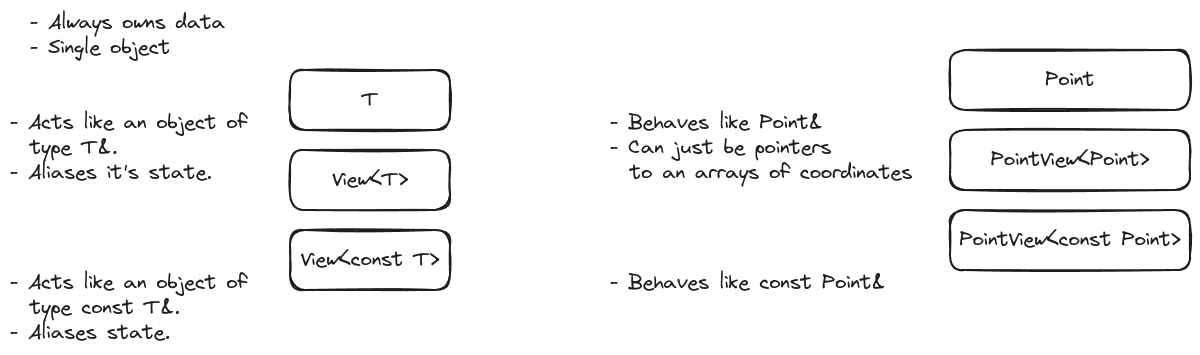
The Excalidraw diagram docs/source/developer/view_overview.png in NWChemEx/Chemist, before a commit. Source tidied: one line per element, renumbered; positions are measured from the earlier drawing's top-left corner, leaving out a move shared by most shapes. The source it was exported from:
```json
{"id": 0, "type": "rectangle", "strokeColor": "#1e1e1e", "strokeWidth": 2, "roughness": 1, "round": true, "x": 280, "y": 60, "width": 160, "height": 60}
{"id": 1, "type": "text", "text": "T", "strokeColor": "#1e1e1e", "strokeWidth": 2, "roughness": 1, "fontSize": 20, "fontFamily": 1, "textAlign": "center", "verticalAlign": "middle", "inside": 0, "x": 352, "y": 78, "width": 16, "height": 25}
{"id": 2, "type": "rectangle", "strokeColor": "#1e1e1e", "strokeWidth": 2, "roughness": 1, "round": true, "x": 280, "y": 140, "width": 160, "height": 60}
{"id": 3, "type": "text", "text": "View<T>", "strokeColor": "#1e1e1e", "strokeWidth": 2, "roughness": 1, "fontSize": 20, "fontFamily": 1, "textAlign": "center", "verticalAlign": "middle", "inside": 2, "x": 322, "y": 158, "width": 76, "height": 25}
{"id": 4, "type": "rectangle", "strokeColor": "#1e1e1e", "strokeWidth": 2, "roughness": 1, "round": true, "x": 280, "y": 220, "width": 160, "height": 60}
{"id": 5, "type": "text", "text": "View<const T>", "strokeColor": "#1e1e1e", "strokeWidth": 2, "roughness": 1, "fontSize": 20, "fontFamily": 1, "textAlign": "center", "verticalAlign": "middle", "inside": 4, "x": 291, "y": 238, "width": 138, "height": 25}
{"id": 6, "type": "text", "text": "- Always owns data\n- Single object", "strokeColor": "#1e1e1e", "strokeWidth": 2, "roughness": 1, "fontSize": 20, "fontFamily": 1, "x": 20, "y": 0, "width": 195, "height": 50}
{"id": 7, "type": "rectangle", "strokeColor": "#1e1e1e", "strokeWidth": 2, "roughness": 1, "round": true, "x": 940, "y": 40, "width": 240, "height": 60}
{"id": 8, "type": "text", "text": "Point", "strokeColor": "#1e1e1e", "strokeWidth": 2, "roughness": 1, "fontSize": 20, "fontFamily": 1, "textAlign": "center", "verticalAlign": "middle", "inside": 7, "x": 1035, "y": 58, "width": 49, "height": 25}
{"id": 9, "type": "rectangle", "strokeColor": "#1e1e1e", "strokeWidth": 2, "roughness": 1, "round": true, "x": 940, "y": 120, "width": 240, "height": 60}
{"id": 10, "type": "text", "text": "PointView<Point>", "strokeColor": "#1e1e1e", "strokeWidth": 2, "roughness": 1, "fontSize": 20, "fontFamily": 1, "textAlign": "center", "verticalAlign": "middle", "inside": 9, "x": 981, "y": 138, "width": 158, "height": 25}
{"id": 11, "type": "rectangle", "strokeColor": "#1e1e1e", "strokeWidth": 2, "roughness": 1, "round": true, "x": 940, "y": 200, "width": 240, "height": 60}
{"id": 12, "type": "text", "text": "PointView<const Point>", "strokeColor": "#1e1e1e", "strokeWidth": 2, "roughness": 1, "fontSize": 20, "fontFamily": 1, "textAlign": "center", "verticalAlign": "middle", "inside": 11, "x": 950, "y": 218, "width": 221, "height": 25}
{"id": 13, "type": "text", "text": "- Acts like an object of\n  type T&.\n- Aliases it's state.\n", "strokeColor": "#1e1e1e", "strokeWidth": 2, "roughness": 1, "fontSize": 20, "fontFamily": 1, "x": 0, "y": 100, "width": 237, "height": 100}
{"id": 14, "type": "text", "text": "- Acts like an object of\n  type const T&.\n- Aliases state.", "strokeColor": "#1e1e1e", "strokeWidth": 2, "roughness": 1, "fontSize": 20, "fontFamily": 1, "x": 0, "y": 260, "width": 237, "height": 75}
{"id": 15, "type": "text", "text": "- Behaves like Point&\n- Can just be pointers\n  to an arrays of coordinates", "strokeColor": "#1e1e1e", "strokeWidth": 2, "roughness": 1, "fontSize": 20, "fontFamily": 1, "x": 600, "y": 100, "width": 302, "height": 75}
{"id": 16, "type": "text", "text": "- Behaves like const Point&", "strokeColor": "#1e1e1e", "strokeWidth": 2, "roughness": 1, "fontSize": 20, "fontFamily": 1, "x": 600, "y": 260, "width": 276, "height": 25}
```
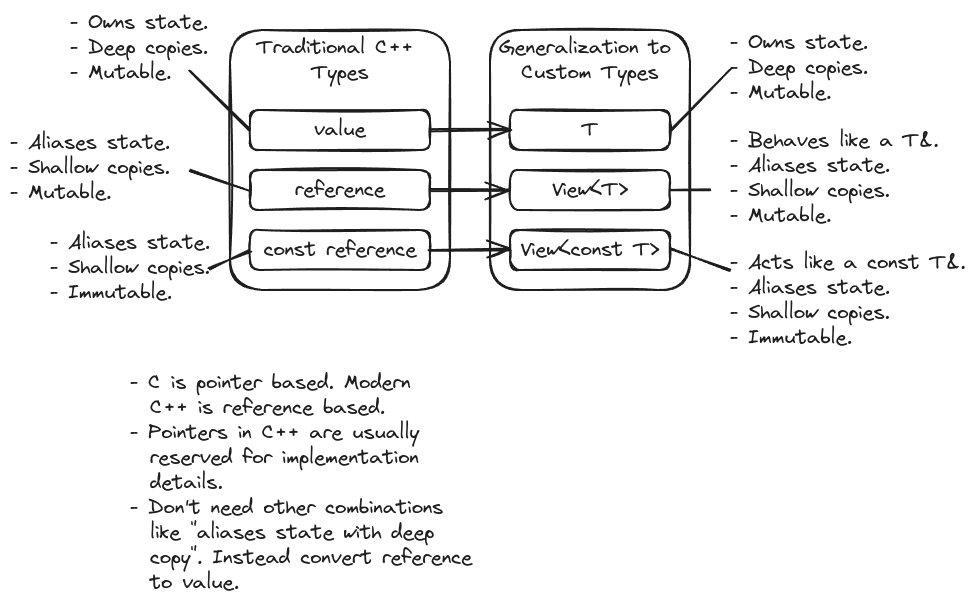
After the change.

The edit, as a diff of the source:
```diff
@@ -1,17 +1,32 @@
+{"id": 17, "type": "rectangle", "strokeColor": "#1e1e1e", "strokeWidth": 2, "roughness": 1, "round": true, "x": 520, "y": 440, "width": 200, "height": 260}
+{"id": 18, "type": "text", "text": "Generalization to \nCustom Types", "strokeColor": "#1e1e1e", "strokeWidth": 2, "roughness": 1, "fontSize": 20, "fontFamily": 1, "textAlign": "center", "inside": 17, "x": 529, "y": 445, "width": 182, "height": 50}
-{"id": 0, "type": "rectangle", "strokeColor": "#1e1e1e", "strokeWidth": 2, "roughness": 1, "round": true, "x": 280, "y": 60, "width": 160, "height": 60}
+{"id": 0, "type": "rectangle", "strokeColor": "#1e1e1e", "strokeWidth": 2, "roughness": 1, "round": true, "x": 540, "y": 520, "width": 160, "height": 40}
-{"id": 1, "type": "text", "text": "T", "strokeColor": "#1e1e1e", "strokeWidth": 2, "roughness": 1, "fontSize": 20, "fontFamily": 1, "textAlign": "center", "verticalAlign": "middle", "inside": 0, "x": 352, "y": 78, "width": 16, "height": 25}
+{"id": 1, "type": "text", "text": "T", "strokeColor": "#1e1e1e", "strokeWidth": 2, "roughness": 1, "fontSize": 20, "fontFamily": 1, "textAlign": "center", "verticalAlign": "middle", "inside": 0, "x": 612, "y": 528, "width": 16, "height": 25}
-{"id": 2, "type": "rectangle", "strokeColor": "#1e1e1e", "strokeWidth": 2, "roughness": 1, "round": true, "x": 280, "y": 140, "width": 160, "height": 60}
+{"id": 2, "type": "rectangle", "strokeColor": "#1e1e1e", "strokeWidth": 2, "roughness": 1, "round": true, "x": 540, "y": 580, "width": 160, "height": 40}
-{"id": 3, "type": "text", "text": "View<T>", "strokeColor": "#1e1e1e", "strokeWidth": 2, "roughness": 1, "fontSize": 20, "fontFamily": 1, "textAlign": "center", "verticalAlign": "middle", "inside": 2, "x": 322, "y": 158, "width": 76, "height": 25}
+{"id": 3, "type": "text", "text": "View<T>", "strokeColor": "#1e1e1e", "strokeWidth": 2, "roughness": 1, "fontSize": 20, "fontFamily": 1, "textAlign": "center", "verticalAlign": "middle", "inside": 2, "x": 582, "y": 588, "width": 76, "height": 25}
-{"id": 4, "type": "rectangle", "strokeColor": "#1e1e1e", "strokeWidth": 2, "roughness": 1, "round": true, "x": 280, "y": 220, "width": 160, "height": 60}
+{"id": 4, "type": "rectangle", "strokeColor": "#1e1e1e", "strokeWidth": 2, "roughness": 1, "round": true, "x": 540, "y": 640, "width": 160, "height": 40}
-{"id": 5, "type": "text", "text": "View<const T>", "strokeColor": "#1e1e1e", "strokeWidth": 2, "roughness": 1, "fontSize": 20, "fontFamily": 1, "textAlign": "center", "verticalAlign": "middle", "inside": 4, "x": 291, "y": 238, "width": 138, "height": 25}
+{"id": 5, "type": "text", "text": "View<const T>", "strokeColor": "#1e1e1e", "strokeWidth": 2, "roughness": 1, "fontSize": 20, "fontFamily": 1, "textAlign": "center", "verticalAlign": "middle", "inside": 4, "x": 551, "y": 648, "width": 138, "height": 25}
-{"id": 6, "type": "text", "text": "- Always owns data\n- Single object", "strokeColor": "#1e1e1e", "strokeWidth": 2, "roughness": 1, "fontSize": 20, "fontFamily": 1, "x": 20, "y": 0, "width": 195, "height": 50}
+{"id": 6, "type": "text", "text": "- Owns state.\n- Deep copies.\n- Mutable.", "strokeColor": "#1e1e1e", "strokeWidth": 2, "roughness": 1, "fontSize": 20, "fontFamily": 1, "x": 760, "y": 440, "width": 138, "height": 75}
-{"id": 7, "type": "rectangle", "strokeColor": "#1e1e1e", "strokeWidth": 2, "roughness": 1, "round": true, "x": 940, "y": 40, "width": 240, "height": 60}
-{"id": 8, "type": "text", "text": "Point", "strokeColor": "#1e1e1e", "strokeWidth": 2, "roughness": 1, "fontSize": 20, "fontFamily": 1, "textAlign": "center", "verticalAlign": "middle", "inside": 7, "x": 1035, "y": 58, "width": 49, "height": 25}
-{"id": 9, "type": "rectangle", "strokeColor": "#1e1e1e", "strokeWidth": 2, "roughness": 1, "round": true, "x": 940, "y": 120, "width": 240, "height": 60}
-{"id": 10, "type": "text", "text": "PointView<Point>", "strokeColor": "#1e1e1e", "strokeWidth": 2, "roughness": 1, "fontSize": 20, "fontFamily": 1, "textAlign": "center", "verticalAlign": "middle", "inside": 9, "x": 981, "y": 138, "width": 158, "height": 25}
-{"id": 11, "type": "rectangle", "strokeColor": "#1e1e1e", "strokeWidth": 2, "roughness": 1, "round": true, "x": 940, "y": 200, "width": 240, "height": 60}
-{"id": 12, "type": "text", "text": "PointView<const Point>", "strokeColor": "#1e1e1e", "strokeWidth": 2, "roughness": 1, "fontSize": 20, "fontFamily": 1, "textAlign": "center", "verticalAlign": "middle", "inside": 11, "x": 950, "y": 218, "width": 221, "height": 25}
-{"id": 13, "type": "text", "text": "- Acts like an object of\n  type T&.\n- Aliases it's state.\n", "strokeColor": "#1e1e1e", "strokeWidth": 2, "roughness": 1, "fontSize": 20, "fontFamily": 1, "x": 0, "y": 100, "width": 237, "height": 100}
-{"id": 14, "type": "text", "text": "- Acts like an object of\n  type const T&.\n- Aliases state.", "strokeColor": "#1e1e1e", "strokeWidth": 2, "roughness": 1, "fontSize": 20, "fontFamily": 1, "x": 0, "y": 260, "width": 237, "height": 75}
+{"id": 14, "type": "text", "text": "- Acts like a const T&.\n- Aliases state.\n- Shallow copies.\n- Immutable.", "strokeColor": "#1e1e1e", "strokeWidth": 2, "roughness": 1, "fontSize": 20, "fontFamily": 1, "x": 760, "y": 660, "width": 236, "height": 100}
-{"id": 15, "type": "text", "text": "- Behaves like Point&\n- Can just be pointers\n  to an arrays of coordinates", "strokeColor": "#1e1e1e", "strokeWidth": 2, "roughness": 1, "fontSize": 20, "fontFamily": 1, "x": 600, "y": 100, "width": 302, "height": 75}
-{"id": 16, "type": "text", "text": "- Behaves like const Point&", "strokeColor": "#1e1e1e", "strokeWidth": 2, "roughness": 1, "fontSize": 20, "fontFamily": 1, "x": 600, "y": 260, "width": 276, "height": 25}
+{"id": 19, "type": "rectangle", "strokeColor": "#1e1e1e", "strokeWidth": 2, "roughness": 1, "round": true, "x": 280, "y": 520, "width": 180, "height": 40}
+{"id": 20, "type": "text", "text": "value", "strokeColor": "#1e1e1e", "strokeWidth": 2, "roughness": 1, "fontSize": 20, "fontFamily": 1, "textAlign": "center", "verticalAlign": "middle", "inside": 19, "x": 344, "y": 528, "width": 51, "height": 25}
+{"id": 21, "type": "rectangle", "strokeColor": "#1e1e1e", "strokeWidth": 2, "roughness": 1, "round": true, "x": 280, "y": 580, "width": 180, "height": 40}
+{"id": 22, "type": "text", "text": "reference", "strokeColor": "#1e1e1e", "strokeWidth": 2, "roughness": 1, "fontSize": 20, "fontFamily": 1, "textAlign": "center", "verticalAlign": "middle", "inside": 21, "x": 325, "y": 588, "width": 90, "height": 25}
+{"id": 23, "type": "rectangle", "strokeColor": "#1e1e1e", "strokeWidth": 2, "roughness": 1, "round": true, "x": 280, "y": 640, "width": 180, "height": 40}
+{"id": 24, "type": "text", "text": "const reference", "strokeColor": "#1e1e1e", "strokeWidth": 2, "roughness": 1, "fontSize": 20, "fontFamily": 1, "textAlign": "center", "verticalAlign": "middle", "inside": 23, "x": 294, "y": 648, "width": 153, "height": 25}
+{"id": 25, "type": "text", "text": "- Owns state.\n- Deep copies.\n- Mutable.", "strokeColor": "#1e1e1e", "strokeWidth": 2, "roughness": 1, "fontSize": 20, "fontFamily": 1, "x": 100, "y": 420, "width": 138, "height": 75}
+{"id": 26, "type": "text", "text": "- Aliases state.\n- Shallow copies.\n- Mutable.", "strokeColor": "#1e1e1e", "strokeWidth": 2, "roughness": 1, "fontSize": 20, "fontFamily": 1, "x": 40, "y": 540, "width": 160, "height": 75}
+{"id": 27, "type": "text", "text": "- Aliases state.\n- Shallow copies.\n- Immutable.", "strokeColor": "#1e1e1e", "strokeWidth": 2, "roughness": 1, "fontSize": 20, "fontFamily": 1, "x": 80, "y": 640, "width": 160, "height": 75}
+{"id": 28, "type": "line", "strokeColor": "#1e1e1e", "strokeWidth": 2, "roughness": 1, "round": true, "x": 220, "y": 480, "width": 60, "height": 60, "points": [[0, 0], [60, 60]]}
+{"id": 29, "type": "line", "strokeColor": "#1e1e1e", "strokeWidth": 2, "roughness": 1, "round": true, "x": 280, "y": 600, "width": 60, "height": 20, "points": [[0, 0], [-60, -20]]}
+{"id": 30, "type": "line", "strokeColor": "#1e1e1e", "strokeWidth": 2, "roughness": 1, "round": true, "x": 240, "y": 680, "width": 40, "height": 20, "points": [[0, 0], [40, -20]]}
+{"id": 31, "type": "rectangle", "strokeColor": "#1e1e1e", "strokeWidth": 2, "roughness": 1, "round": true, "x": 260, "y": 440, "width": 220, "height": 260}
+{"id": 32, "type": "text", "text": "Traditional C++ \nTypes", "strokeColor": "#1e1e1e", "strokeWidth": 2, "roughness": 1, "fontSize": 20, "fontFamily": 1, "textAlign": "center", "inside": 31, "x": 287, "y": 445, "width": 166, "height": 50}
+{"id": 33, "type": "arrow", "strokeColor": "#1e1e1e", "strokeWidth": 2, "roughness": 1, "endArrowhead": "arrow", "round": true, "from": 19, "to": 0, "x": 460, "y": 540, "width": 80, "height": 0, "points": [[0, 0], [80, 0]]}
+{"id": 34, "type": "arrow", "strokeColor": "#1e1e1e", "strokeWidth": 2, "roughness": 1, "endArrowhead": "arrow", "round": true, "x": 460, "y": 600, "width": 80, "height": 0, "points": [[0, 0], [80, 0]]}
+{"id": 35, "type": "arrow", "strokeColor": "#1e1e1e", "strokeWidth": 2, "roughness": 1, "endArrowhead": "arrow", "round": true, "from": 23, "x": 460, "y": 660, "width": 80, "height": 0, "points": [[0, 0], [80, 0]]}
+{"id": 36, "type": "line", "strokeColor": "#1e1e1e", "strokeWidth": 2, "roughness": 1, "round": true, "x": 700, "y": 540, "width": 60, "height": 60, "points": [[0, 0], [60, -60]]}
+{"id": 37, "type": "text", "text": "- Behaves like a T&.\n- Aliases state.\n- Shallow copies.\n- Mutable.", "strokeColor": "#1e1e1e", "strokeWidth": 2, "roughness": 1, "fontSize": 20, "fontFamily": 1, "x": 760, "y": 538, "width": 209, "height": 100}
+{"id": 38, "type": "line", "strokeColor": "#1e1e1e", "strokeWidth": 2, "roughness": 1, "round": true, "x": 700, "y": 600, "width": 40, "height": 0, "points": [[0, 0], [40, 0]]}
+{"id": 39, "type": "line", "strokeColor": "#1e1e1e", "strokeWidth": 2, "roughness": 1, "round": true, "x": 700, "y": 660, "width": 60, "height": 20, "points": [[0, 0], [60, 20]]}
+{"id": 40, "type": "text", "text": "- C is pointer based. Modern\n  C++ is reference based.\n- Pointers in C++ are usually\n  reserved for implementation\n  details.\n- Don't need other combinations\n  like \"aliases state with deep\n  copy\". Instead convert reference\n  to value.", "strokeColor": "#1e1e1e", "strokeWidth": 2, "roughness": 1, "fontSize": 20, "fontFamily": 1, "x": 160, "y": 780, "width": 342, "height": 225}
```
